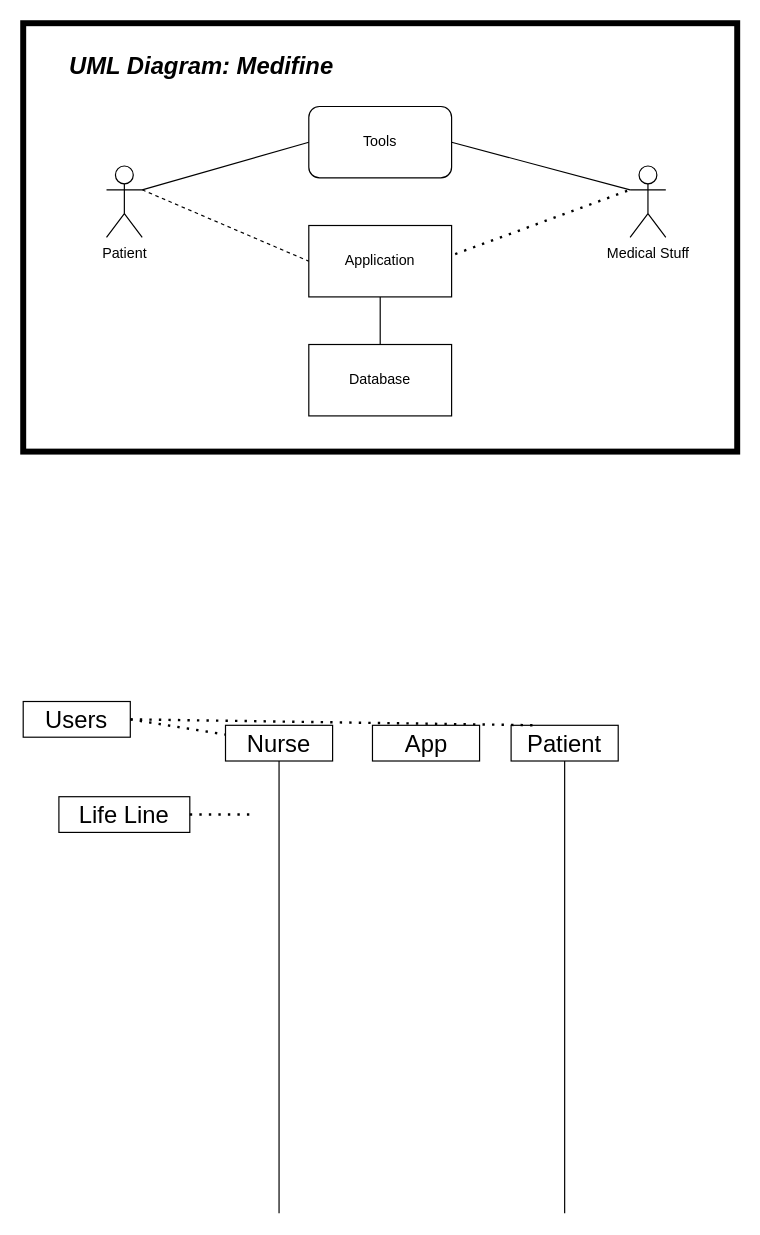
The draw.io diagram Medifine Class Diagram.drawio in NGPetrovich/plagiater, before the edit. Source tidied: cells renumbered, new cells numbered last; positions are measured from the earlier drawing's top-left corner, leaving out a move shared by most shapes. Both pictures are drawn from the tidied source at 119%, with x=0, y=0 at pixel (23, 23).
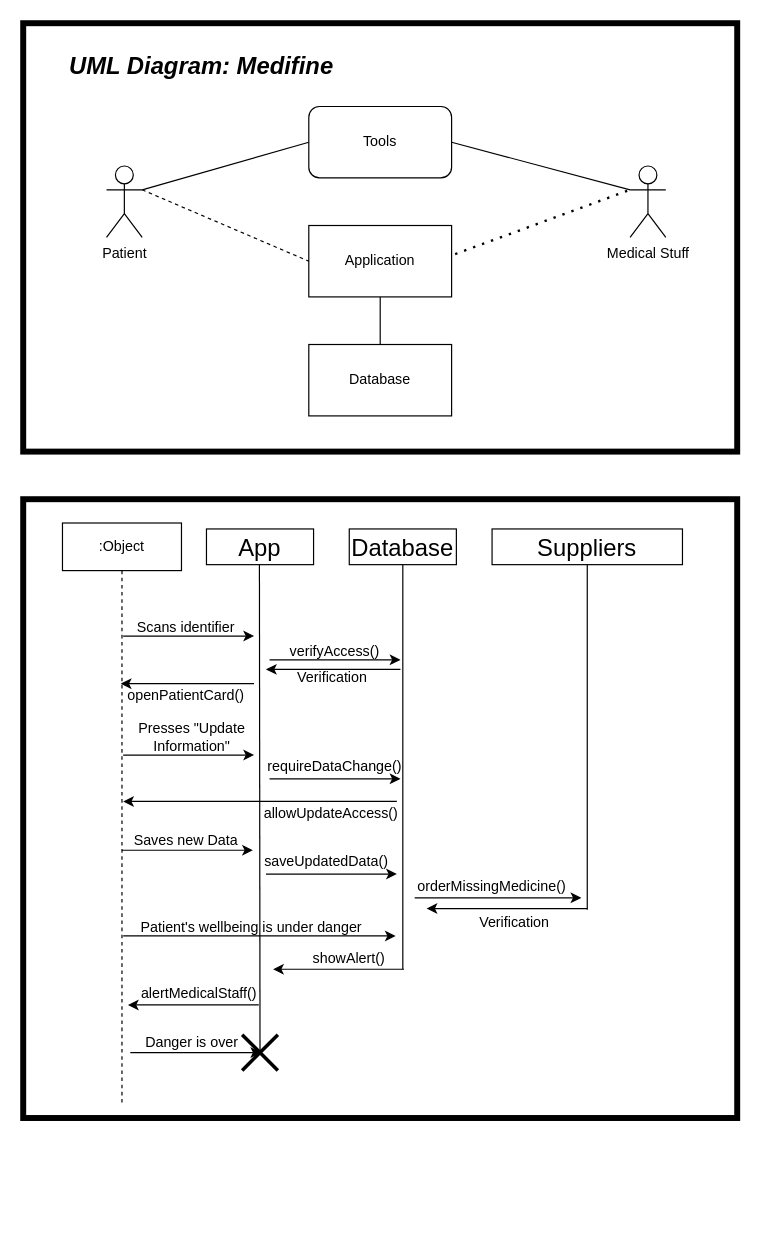
The same page after the edit.

The edit, as a diff of the source:
```diff
@@
-    <mxCell id="14" value="Users" style="rounded=0;whiteSpace=wrap;html=1;fontSize=20;strokeWidth=1;fillColor=default;" parent="1" vertex="1">
-      <mxGeometry y="570" width="90" height="30" as="geometry" />
+    <mxCell id="14" value="Suppliers" style="rounded=0;whiteSpace=wrap;html=1;fontSize=20;strokeWidth=1;fillColor=default;" parent="1" vertex="1">
+      <mxGeometry x="394" y="425" width="160" height="30" as="geometry" />
     </mxCell>
-    <mxCell id="15" value="Nurse" style="rounded=0;whiteSpace=wrap;html=1;fontSize=20;strokeWidth=1;fillColor=default;" parent="1" vertex="1">
-      <mxGeometry x="170" y="590" width="90" height="30" as="geometry" />
-    </mxCell>
-    <mxCell id="16" value="Patient" style="rounded=0;whiteSpace=wrap;html=1;fontSize=20;strokeWidth=1;fillColor=default;" parent="1" vertex="1">
-      <mxGeometry x="410" y="590" width="90" height="30" as="geometry" />
+    <mxCell id="16" value="Database" style="rounded=0;whiteSpace=wrap;html=1;fontSize=20;strokeWidth=1;fillColor=default;" parent="1" vertex="1">
+      <mxGeometry x="274" y="425" width="90" height="30" as="geometry" />
     </mxCell>
-    <mxCell id="17" style="endArrow=none;dashed=1;html=1;dashPattern=1 3;strokeWidth=2;rounded=0;fontSize=20;exitX=1;exitY=0.5;exitDx=0;exitDy=0;entryX=0.25;entryY=0;entryDx=0;entryDy=0;" parent="1" edge="1" source="14" target="16">
-      <mxGeometry relative="1" as="geometry" />
-    </mxCell>
-    <mxCell id="18" style="endArrow=none;dashed=1;html=1;dashPattern=1 3;strokeWidth=2;rounded=0;fontSize=20;exitX=1;exitY=0.5;exitDx=0;exitDy=0;" parent="1" edge="1" source="14" target="15">
-      <mxGeometry relative="1" as="geometry" />
-    </mxCell>
-    <mxCell id="19" value="Life Line" style="rounded=0;whiteSpace=wrap;html=1;fontSize=20;strokeWidth=1;fillColor=default;" parent="1" vertex="1">
-      <mxGeometry x="30" y="650" width="110" height="30" as="geometry" />
-    </mxCell>
-    <mxCell id="20" style="endArrow=none;dashed=1;html=1;dashPattern=1 3;strokeWidth=2;rounded=0;fontSize=20;exitX=1;exitY=0.5;exitDx=0;exitDy=0;" parent="1" edge="1" source="19">
-      <mxGeometry relative="1" as="geometry">
-        <mxPoint x="190" y="665" as="targetPoint" />
-      </mxGeometry>
-    </mxCell>
-    <mxCell id="21" style="endArrow=none;html=1;rounded=0;fontSize=20;entryX=0.5;entryY=1;entryDx=0;entryDy=0;" parent="1" edge="1" target="15">
-      <mxGeometry relative="1" as="geometry">
-        <mxPoint x="215" y="1000" as="sourcePoint" />
-      </mxGeometry>
-    </mxCell>
     <mxCell id="22" style="endArrow=none;html=1;rounded=0;fontSize=20;entryX=0.5;entryY=1;entryDx=0;entryDy=0;" parent="1" edge="1" target="16">
       <mxGeometry relative="1" as="geometry">
-        <mxPoint x="455" y="1000" as="sourcePoint" />
+        <mxPoint x="319" y="795" as="sourcePoint" />
       </mxGeometry>
     </mxCell>
     <mxCell id="23" value="App" style="rounded=0;whiteSpace=wrap;html=1;fontSize=20;strokeWidth=1;fillColor=default;" parent="1" vertex="1">
-      <mxGeometry x="293.5" y="590" width="90" height="30" as="geometry" />
+      <mxGeometry x="154" y="425" width="90" height="30" as="geometry" />
     </mxCell>
+    <mxCell id="24" style="endArrow=none;html=1;rounded=0;fontSize=20;entryX=0.5;entryY=1;entryDx=0;entryDy=0;" parent="1" edge="1">
+      <mxGeometry relative="1" as="geometry">
+        <mxPoint x="199" y="865" as="sourcePoint" />
+        <mxPoint x="198.5" y="455" as="targetPoint" />
+      </mxGeometry>
+    </mxCell>
+    <mxCell id="25" style="endArrow=classic;html=1;rounded=0;" parent="1" edge="1">
+      <mxGeometry relative="1" as="geometry">
+        <mxPoint x="84" y="515" as="sourcePoint" />
+        <mxPoint x="194" y="515" as="targetPoint" />
+      </mxGeometry>
+    </mxCell>
+    <mxCell id="26" value="Scans identifier" style="text;html=1;strokeColor=none;fillColor=none;align=center;verticalAlign=middle;whiteSpace=wrap;rounded=0;" parent="1" vertex="1">
+      <mxGeometry x="74" y="493" width="126" height="30" as="geometry" />
+    </mxCell>
+    <mxCell id="27" style="endArrow=classic;html=1;rounded=0;" parent="1" edge="1">
+      <mxGeometry relative="1" as="geometry">
+        <mxPoint x="194" y="555" as="sourcePoint" />
+        <mxPoint x="82" y="555" as="targetPoint" />
+      </mxGeometry>
+    </mxCell>
+    <mxCell id="28" value="openPatientCard()" style="text;html=1;strokeColor=none;fillColor=none;align=center;verticalAlign=middle;whiteSpace=wrap;rounded=0;" parent="1" vertex="1">
+      <mxGeometry x="74" y="550" width="126" height="30" as="geometry" />
+    </mxCell>
+    <mxCell id="29" style="endArrow=classic;html=1;rounded=0;" parent="1" edge="1">
+      <mxGeometry relative="1" as="geometry">
+        <mxPoint x="84" y="615" as="sourcePoint" />
+        <mxPoint x="194" y="615" as="targetPoint" />
+      </mxGeometry>
+    </mxCell>
+    <mxCell id="30" value="Presses &quot;Update Information&quot;" style="text;html=1;strokeColor=none;fillColor=none;align=center;verticalAlign=middle;whiteSpace=wrap;rounded=0;" parent="1" vertex="1">
+      <mxGeometry x="83" y="585" width="118" height="30" as="geometry" />
+    </mxCell>
+    <mxCell id="31" style="endArrow=classic;html=1;rounded=0;" parent="1" edge="1">
+      <mxGeometry relative="1" as="geometry">
+        <mxPoint x="207" y="535" as="sourcePoint" />
+        <mxPoint x="317" y="535" as="targetPoint" />
+      </mxGeometry>
+    </mxCell>
+    <mxCell id="32" value="verifyAccess()" style="text;html=1;strokeColor=none;fillColor=none;align=center;verticalAlign=middle;whiteSpace=wrap;rounded=0;" parent="1" vertex="1">
+      <mxGeometry x="207" y="513" width="110" height="30" as="geometry" />
+    </mxCell>
+    <mxCell id="33" style="endArrow=classic;html=1;rounded=0;" parent="1" edge="1">
+      <mxGeometry relative="1" as="geometry">
+        <mxPoint x="314" y="654" as="sourcePoint" />
+        <mxPoint x="84" y="654" as="targetPoint" />
+      </mxGeometry>
+    </mxCell>
+    <mxCell id="34" value="allowUpdateAccess()" style="text;html=1;strokeColor=none;fillColor=none;align=center;verticalAlign=middle;whiteSpace=wrap;rounded=0;" parent="1" vertex="1">
+      <mxGeometry x="179" y="649" width="160" height="30" as="geometry" />
+    </mxCell>
+    <mxCell id="35" style="endArrow=classic;html=1;rounded=0;" parent="1" edge="1">
+      <mxGeometry relative="1" as="geometry">
+        <mxPoint x="207" y="635" as="sourcePoint" />
+        <mxPoint x="317" y="635" as="targetPoint" />
+      </mxGeometry>
+    </mxCell>
+    <mxCell id="36" value="requireDataChange()" style="text;html=1;strokeColor=none;fillColor=none;align=center;verticalAlign=middle;whiteSpace=wrap;rounded=0;" parent="1" vertex="1">
+      <mxGeometry x="207" y="610" width="110" height="30" as="geometry" />
+    </mxCell>
+    <mxCell id="37" style="endArrow=classic;html=1;rounded=0;" parent="1" edge="1">
+      <mxGeometry relative="1" as="geometry">
+        <mxPoint x="83" y="695" as="sourcePoint" />
+        <mxPoint x="193" y="695" as="targetPoint" />
+      </mxGeometry>
+    </mxCell>
+    <mxCell id="38" value="Saves new Data" style="text;html=1;strokeColor=none;fillColor=none;align=center;verticalAlign=middle;whiteSpace=wrap;rounded=0;" parent="1" vertex="1">
+      <mxGeometry x="82" y="672" width="110" height="30" as="geometry" />
+    </mxCell>
+    <mxCell id="39" style="endArrow=classic;html=1;rounded=0;" parent="1" edge="1">
+      <mxGeometry relative="1" as="geometry">
+        <mxPoint x="204" y="715" as="sourcePoint" />
+        <mxPoint x="314" y="715" as="targetPoint" />
+      </mxGeometry>
+    </mxCell>
+    <mxCell id="40" value="saveUpdatedData()" style="text;html=1;strokeColor=none;fillColor=none;align=center;verticalAlign=middle;whiteSpace=wrap;rounded=0;" parent="1" vertex="1">
+      <mxGeometry x="200" y="690" width="110" height="30" as="geometry" />
+    </mxCell>
+    <mxCell id="41" style="endArrow=none;html=1;rounded=0;fontSize=20;entryX=0.5;entryY=1;entryDx=0;entryDy=0;" parent="1" edge="1">
+      <mxGeometry relative="1" as="geometry">
+        <mxPoint x="474" y="745" as="sourcePoint" />
+        <mxPoint x="474" y="455" as="targetPoint" />
+      </mxGeometry>
+    </mxCell>
+    <mxCell id="42" style="endArrow=classic;html=1;rounded=0;fontStyle=1;" parent="1" edge="1">
+      <mxGeometry relative="1" as="geometry">
+        <mxPoint x="329" y="735" as="sourcePoint" />
+        <mxPoint x="469" y="735" as="targetPoint" />
+      </mxGeometry>
+    </mxCell>
+    <mxCell id="43" value="orderMissingMedicine()" style="text;html=1;strokeColor=none;fillColor=none;align=center;verticalAlign=middle;whiteSpace=wrap;rounded=0;" parent="1" vertex="1">
+      <mxGeometry x="334" y="711" width="120" height="30" as="geometry" />
+    </mxCell>
+    <mxCell id="44" value="Verification" style="text;html=1;strokeColor=none;fillColor=none;align=center;verticalAlign=middle;whiteSpace=wrap;rounded=0;" parent="1" vertex="1">
+      <mxGeometry x="353" y="741" width="120" height="30" as="geometry" />
+    </mxCell>
+    <mxCell id="45" style="endArrow=classic;html=1;rounded=0;" parent="1" edge="1">
+      <mxGeometry relative="1" as="geometry">
+        <mxPoint x="317" y="543" as="sourcePoint" />
+        <mxPoint x="204" y="543" as="targetPoint" />
+      </mxGeometry>
+    </mxCell>
+    <mxCell id="46" value="Verification" style="text;html=1;strokeColor=none;fillColor=none;align=center;verticalAlign=middle;whiteSpace=wrap;rounded=0;" parent="1" vertex="1">
+      <mxGeometry x="200" y="535" width="120" height="30" as="geometry" />
+    </mxCell>
+    <mxCell id="47" style="endArrow=classic;html=1;rounded=0;" parent="1" edge="1">
+      <mxGeometry relative="1" as="geometry">
+        <mxPoint x="474" y="744" as="sourcePoint" />
+        <mxPoint x="339" y="744" as="targetPoint" />
+      </mxGeometry>
+    </mxCell>
+    <mxCell id="48" style="endArrow=classic;html=1;rounded=0;" parent="1" edge="1">
+      <mxGeometry relative="1" as="geometry">
+        <mxPoint x="320" y="795" as="sourcePoint" />
+        <mxPoint x="210" y="795" as="targetPoint" />
+      </mxGeometry>
+    </mxCell>
+    <mxCell id="49" value="alertMedicalStaff()" style="text;html=1;strokeColor=none;fillColor=none;align=center;verticalAlign=middle;whiteSpace=wrap;rounded=0;" parent="1" vertex="1">
+      <mxGeometry x="88" y="801" width="120" height="30" as="geometry" />
+    </mxCell>
+    <mxCell id="50" style="endArrow=classic;html=1;rounded=0;" parent="1" edge="1">
+      <mxGeometry relative="1" as="geometry">
+        <mxPoint x="198" y="825" as="sourcePoint" />
+        <mxPoint x="88" y="825" as="targetPoint" />
+      </mxGeometry>
+    </mxCell>
+    <mxCell id="51" value="showAlert()" style="text;html=1;strokeColor=none;fillColor=none;align=center;verticalAlign=middle;whiteSpace=wrap;rounded=0;" parent="1" vertex="1">
+      <mxGeometry x="214" y="771" width="120" height="30" as="geometry" />
+    </mxCell>
+    <mxCell id="52" style="endArrow=classic;html=1;rounded=0;" parent="1" edge="1">
+      <mxGeometry relative="1" as="geometry">
+        <mxPoint x="84" y="767" as="sourcePoint" />
+        <mxPoint x="313" y="767" as="targetPoint" />
+      </mxGeometry>
+    </mxCell>
+    <mxCell id="53" value="Patient's wellbeing is under danger" style="text;html=1;strokeColor=none;fillColor=none;align=center;verticalAlign=middle;whiteSpace=wrap;rounded=0;" parent="1" vertex="1">
+      <mxGeometry x="91" y="745" width="202" height="30" as="geometry" />
+    </mxCell>
+    <mxCell id="54" style="endArrow=classic;html=1;rounded=0;" parent="1" edge="1">
+      <mxGeometry relative="1" as="geometry">
+        <mxPoint x="90" y="865" as="sourcePoint" />
+        <mxPoint x="200" y="865" as="targetPoint" />
+      </mxGeometry>
+    </mxCell>
+    <mxCell id="55" value="Danger is over" style="text;html=1;strokeColor=none;fillColor=none;align=center;verticalAlign=middle;whiteSpace=wrap;rounded=0;" parent="1" vertex="1">
+      <mxGeometry x="82" y="842" width="120" height="30" as="geometry" />
+    </mxCell>
+    <mxCell id="56" style="shape=umlDestroy;whiteSpace=wrap;html=1;strokeWidth=3;" parent="1" vertex="1">
+      <mxGeometry x="184" y="850" width="30" height="30" as="geometry" />
+    </mxCell>
+    <mxCell id="57" style="rounded=0;whiteSpace=wrap;html=1;fillColor=none;strokeWidth=5;" parent="1" vertex="1">
+      <mxGeometry y="400" width="600" height="520" as="geometry" />
+    </mxCell>
+    <mxCell id="58" value=":Object" style="shape=umlLifeline;perimeter=lifelinePerimeter;whiteSpace=wrap;html=1;" parent="1" vertex="1">
+      <mxGeometry x="33" y="420" width="100" height="490" as="geometry" />
+    </mxCell>
```
